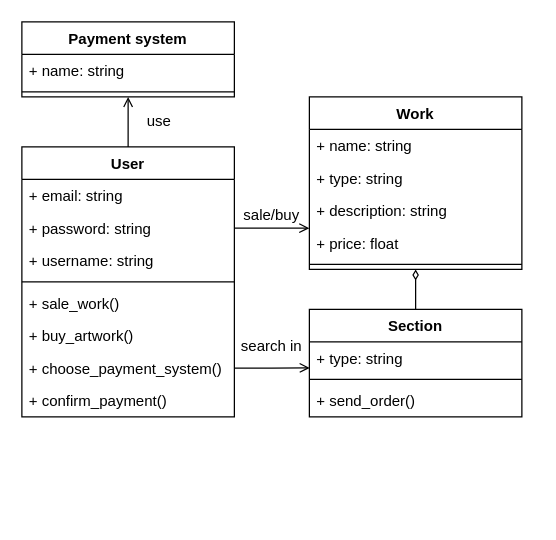
Above: 2-SoftwareDesign/2.5-UMLProgramClasses/UMLProgramClasses.drawio in oleksandrblazhko/ai203-tokarev (draw.io), before the change. Source tidied: cells renumbered, new cells numbered last; positions are measured from the earlier drawing's top-left corner, leaving out a move shared by most shapes. Both pictures are drawn from the tidied source at 125%, with x=0, y=0 at pixel (21, 21).
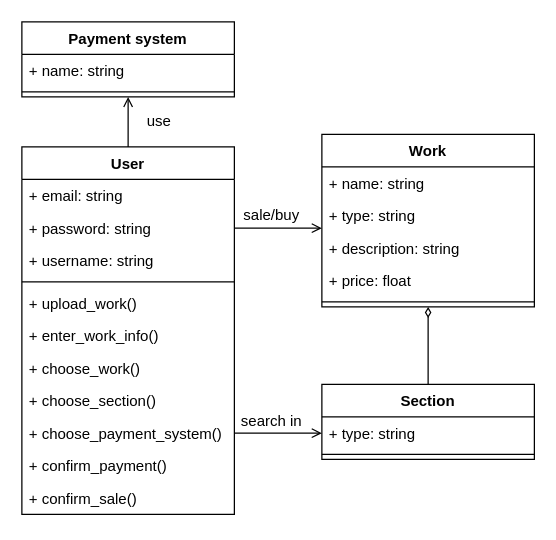
The same page after the edit.

The change refers to these unchanged cells:
```xml
<mxCell id="5" value="+ password: string" style="text;strokeColor=none;fillColor=none;align=left;verticalAlign=top;spacingLeft=4;spacingRight=4;overflow=hidden;points=[[0,0.5],[1,0.5]];portConstraint=eastwest;" parent="3" vertex="1">
  <mxGeometry y="52" width="170" height="26" as="geometry" />
</mxCell>
<mxCell id="14" value="+ type: string" style="text;strokeColor=none;fillColor=none;align=left;verticalAlign=top;spacingLeft=4;spacingRight=4;overflow=hidden;points=[[0,0.5],[1,0.5]];portConstraint=eastwest;" parent="13" vertex="1">
  <mxGeometry y="26" width="170" height="26" as="geometry" />
</mxCell>
```

The edit, as a diff of the source:
```diff
@@
     <mxCell id="3" value="User" style="swimlane;fontStyle=1;align=center;verticalAlign=top;horizontal=1;startSize=26;" parent="1" vertex="1">
-      <mxGeometry y="100" width="170" height="216" as="geometry" />
+      <mxGeometry y="100" width="170" height="294" as="geometry" />
     </mxCell>
@@
-    <mxCell id="8" value="+ sale_work()" style="text;strokeColor=none;fillColor=none;align=left;verticalAlign=top;spacingLeft=4;spacingRight=4;overflow=hidden;" parent="3" vertex="1">
+    <mxCell id="8" value="+ upload_work()" style="text;strokeColor=none;fillColor=none;align=left;verticalAlign=top;spacingLeft=4;spacingRight=4;overflow=hidden;" parent="3" vertex="1">
       <mxGeometry y="112" width="170" height="26" as="geometry" />
     </mxCell>
+    <mxCell id="31" value="+ enter_work_info()" style="text;strokeColor=none;fillColor=none;align=left;verticalAlign=top;spacingLeft=4;spacingRight=4;overflow=hidden;" parent="3" vertex="1">
+      <mxGeometry y="138" width="170" height="26" as="geometry" />
+    </mxCell>
-    <mxCell id="9" value="+ buy_artwork()" style="text;strokeColor=none;fillColor=none;align=left;verticalAlign=top;spacingLeft=4;spacingRight=4;overflow=hidden;" parent="3" vertex="1">
-      <mxGeometry y="138" width="170" height="26" as="geometry" />
+    <mxCell id="9" value="+ choose_work()" style="text;strokeColor=none;fillColor=none;align=left;verticalAlign=top;spacingLeft=4;spacingRight=4;overflow=hidden;" parent="3" vertex="1">
+      <mxGeometry y="164" width="170" height="26" as="geometry" />
     </mxCell>
+    <mxCell id="32" value="+ choose_section()" style="text;strokeColor=none;fillColor=none;align=left;verticalAlign=top;spacingLeft=4;spacingRight=4;overflow=hidden;" parent="3" vertex="1">
+      <mxGeometry y="190" width="170" height="26" as="geometry" />
+    </mxCell>
     <mxCell id="10" value="+ choose_payment_system()" style="text;strokeColor=none;fillColor=none;align=left;verticalAlign=top;spacingLeft=4;spacingRight=4;overflow=hidden;points=[[0,0.5],[1,0.5]];portConstraint=eastwest;" parent="3" vertex="1">
-      <mxGeometry y="164" width="170" height="26" as="geometry" />
+      <mxGeometry y="216" width="170" height="26" as="geometry" />
     </mxCell>
     <mxCell id="11" value="+ confirm_payment()" style="text;strokeColor=none;fillColor=none;align=left;verticalAlign=top;spacingLeft=4;spacingRight=4;overflow=hidden;" parent="3" vertex="1">
-      <mxGeometry y="190" width="170" height="26" as="geometry" />
+      <mxGeometry y="242" width="170" height="26" as="geometry" />
     </mxCell>
+    <mxCell id="33" value="+ confirm_sale()" style="text;strokeColor=none;fillColor=none;align=left;verticalAlign=top;spacingLeft=4;spacingRight=4;overflow=hidden;" parent="3" vertex="1">
+      <mxGeometry y="268" width="170" height="26" as="geometry" />
+    </mxCell>
@@
     <mxCell id="13" value="Section" style="swimlane;fontStyle=1;align=center;verticalAlign=top;horizontal=1;startSize=26;" parent="1" vertex="1">
-      <mxGeometry x="230" y="230" width="170" height="86" as="geometry" />
+      <mxGeometry x="240" y="290" width="170" height="60" as="geometry" />
     </mxCell>
@@
-    <mxCell id="16" value="+ send_order()" style="text;strokeColor=none;fillColor=none;align=left;verticalAlign=top;spacingLeft=4;spacingRight=4;overflow=hidden;" parent="13" vertex="1">
-      <mxGeometry y="60" width="170" height="26" as="geometry" />
-    </mxCell>
@@
     <mxCell id="20" value="Work" style="swimlane;fontStyle=1;align=center;verticalAlign=top;horizontal=1;startSize=26;" parent="1" vertex="1">
-      <mxGeometry x="230" y="60" width="170" height="138" as="geometry" />
+      <mxGeometry x="240" y="90" width="170" height="138" as="geometry" />
     </mxCell>
@@
-    <mxCell id="27" style="edgeStyle=orthogonalEdgeStyle;rounded=0;jettySize=auto;html=1;entryX=0.002;entryY=0.8;entryDx=0;entryDy=0;entryPerimeter=0;endArrow=open;endFill=0;" parent="1" edge="1" source="10" target="14">
+    <mxCell id="27" style="edgeStyle=orthogonalEdgeStyle;rounded=0;jettySize=auto;html=1;entryX=0;entryY=0.5;entryDx=0;entryDy=0;endArrow=open;endFill=0;" parent="1" edge="1" source="10" target="14">
       <mxGeometry relative="1" as="geometry" />
     </mxCell>
     <mxCell id="28" value="search in" style="text;html=1;strokeColor=none;fillColor=none;align=center;verticalAlign=middle;whiteSpace=wrap;rounded=0;" parent="1" vertex="1">
-      <mxGeometry x="170" y="250" width="60" height="20" as="geometry" />
+      <mxGeometry x="170" y="310" width="60" height="20" as="geometry" />
     </mxCell>
     <mxCell id="29" style="edgeStyle=orthogonalEdgeStyle;rounded=0;jettySize=auto;html=1;endArrow=open;endFill=0;" parent="1" edge="1" source="5">
       <mxGeometry relative="1" as="geometry">
-        <mxPoint x="230" y="165" as="targetPoint" />
+        <mxPoint x="240" y="165" as="targetPoint" />
       </mxGeometry>
     </mxCell>
```
